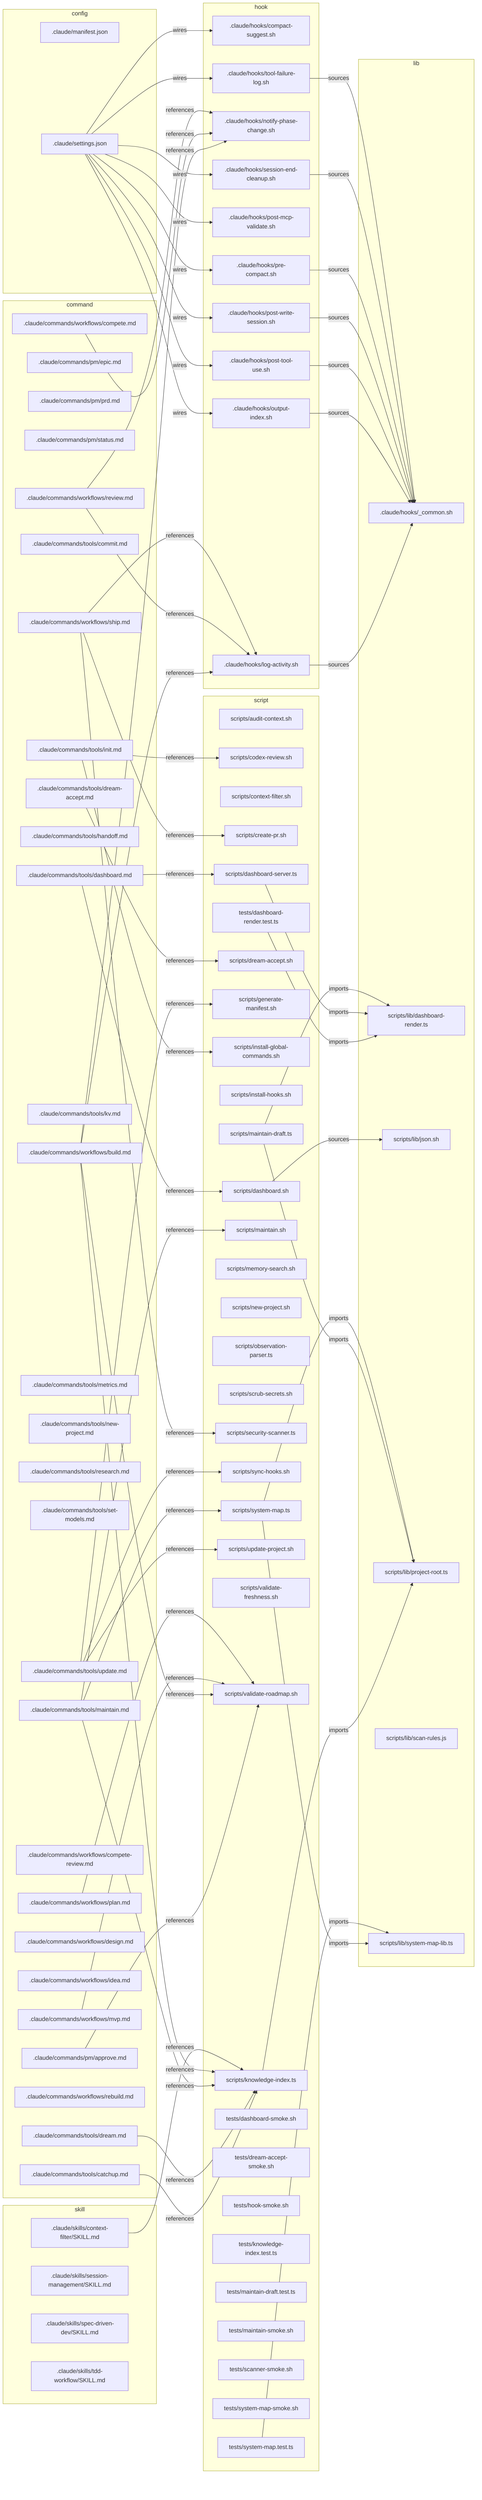
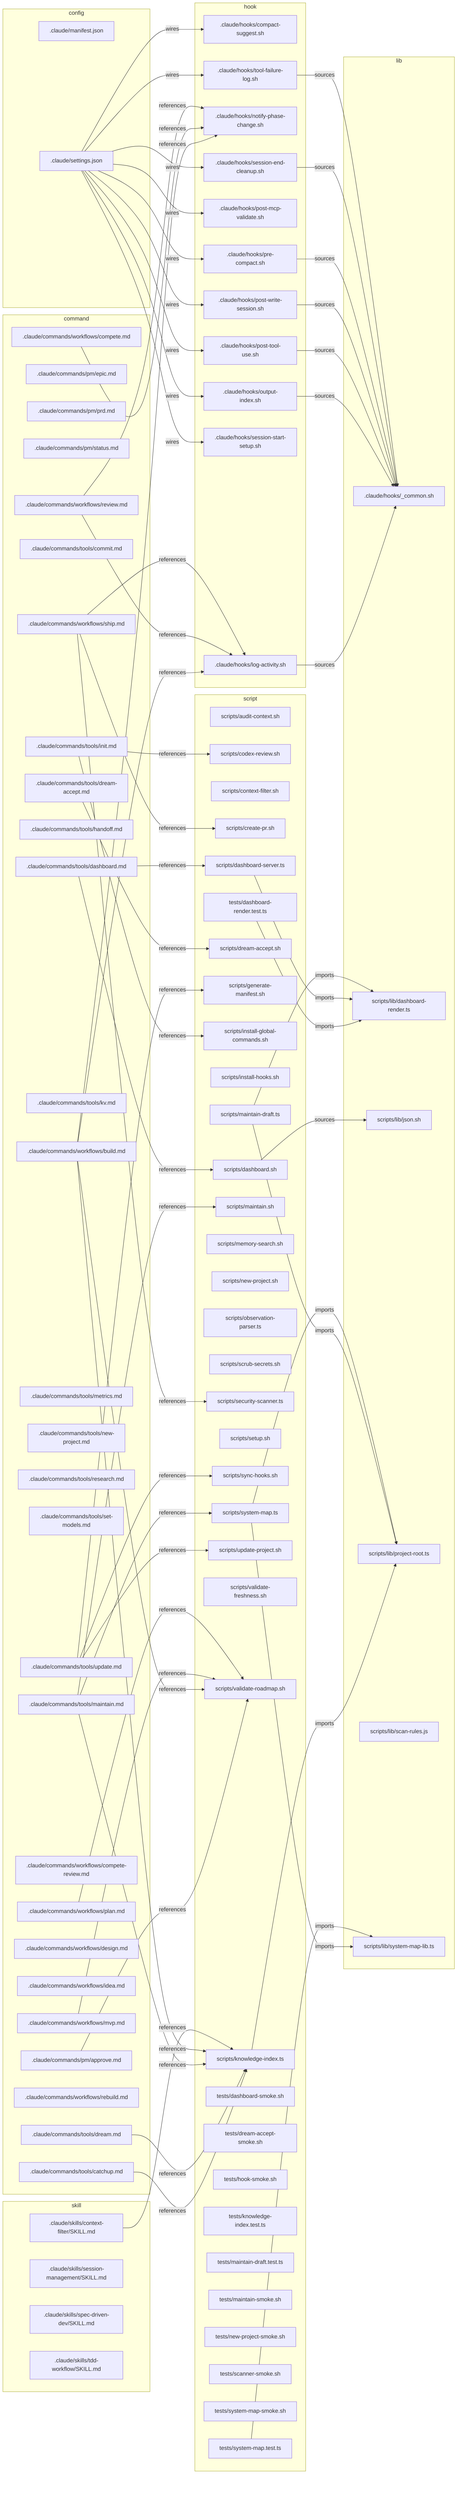
flowchart LR
  subgraph command
    c_pm_approve[".claude/commands/pm/approve.md"]
    c_pm_epic[".claude/commands/pm/epic.md"]
    c_pm_prd[".claude/commands/pm/prd.md"]
    c_pm_status[".claude/commands/pm/status.md"]
    c_tools_catchup[".claude/commands/tools/catchup.md"]
    c_tools_commit[".claude/commands/tools/commit.md"]
    c_tools_dashboard[".claude/commands/tools/dashboard.md"]
    c_tools_dream_accept[".claude/commands/tools/dream-accept.md"]
    c_tools_dream[".claude/commands/tools/dream.md"]
    c_tools_handoff[".claude/commands/tools/handoff.md"]
    c_tools_init[".claude/commands/tools/init.md"]
    c_tools_kv[".claude/commands/tools/kv.md"]
    c_tools_maintain[".claude/commands/tools/maintain.md"]
    c_tools_metrics[".claude/commands/tools/metrics.md"]
    c_tools_new_project[".claude/commands/tools/new-project.md"]
    c_tools_research[".claude/commands/tools/research.md"]
    c_tools_set_models[".claude/commands/tools/set-models.md"]
    c_tools_update[".claude/commands/tools/update.md"]
    c_workflows_build[".claude/commands/workflows/build.md"]
    c_workflows_compete_review[".claude/commands/workflows/compete-review.md"]
    c_workflows_compete[".claude/commands/workflows/compete.md"]
    c_workflows_design[".claude/commands/workflows/design.md"]
    c_workflows_idea[".claude/commands/workflows/idea.md"]
    c_workflows_mvp[".claude/commands/workflows/mvp.md"]
    c_workflows_plan[".claude/commands/workflows/plan.md"]
    c_workflows_rebuild[".claude/commands/workflows/rebuild.md"]
    c_workflows_review[".claude/commands/workflows/review.md"]
    c_workflows_ship[".claude/commands/workflows/ship.md"]
  end
  subgraph config
    cfg_manifest[".claude/manifest.json"]
    cfg_settings[".claude/settings.json"]
  end
  subgraph hook
    h_compact_suggest[".claude/hooks/compact-suggest.sh"]
    h_log_activity[".claude/hooks/log-activity.sh"]
    h_notify_phase_change[".claude/hooks/notify-phase-change.sh"]
    h_output_index[".claude/hooks/output-index.sh"]
    h_post_mcp_validate[".claude/hooks/post-mcp-validate.sh"]
    h_post_tool_use[".claude/hooks/post-tool-use.sh"]
    h_post_write_session[".claude/hooks/post-write-session.sh"]
    h_pre_compact[".claude/hooks/pre-compact.sh"]
    h_session_end_cleanup[".claude/hooks/session-end-cleanup.sh"]
+     h_session_start_setup[".claude/hooks/session-start-setup.sh"]
    h_tool_failure_log[".claude/hooks/tool-failure-log.sh"]
  end
  subgraph lib
    l_common[".claude/hooks/_common.sh"]
    l_dashboard_render["scripts/lib/dashboard-render.ts"]
    l_json["scripts/lib/json.sh"]
    l_project_root["scripts/lib/project-root.ts"]
    l_scan_rules["scripts/lib/scan-rules.js"]
    l_system_map_lib["scripts/lib/system-map-lib.ts"]
  end
  subgraph script
    s_audit_context["scripts/audit-context.sh"]
    s_codex_review["scripts/codex-review.sh"]
    s_context_filter["scripts/context-filter.sh"]
    s_create_pr["scripts/create-pr.sh"]
    s_dashboard_server["scripts/dashboard-server.ts"]
    s_dashboard["scripts/dashboard.sh"]
    s_dream_accept["scripts/dream-accept.sh"]
    s_generate_manifest["scripts/generate-manifest.sh"]
    s_install_global_commands["scripts/install-global-commands.sh"]
    s_install_hooks["scripts/install-hooks.sh"]
    s_knowledge_index["scripts/knowledge-index.ts"]
    s_maintain_draft["scripts/maintain-draft.ts"]
    s_maintain["scripts/maintain.sh"]
    s_memory_search["scripts/memory-search.sh"]
    s_new_project["scripts/new-project.sh"]
    s_observation_parser["scripts/observation-parser.ts"]
    s_scrub_secrets["scripts/scrub-secrets.sh"]
    s_security_scanner["scripts/security-scanner.ts"]
+     s_setup["scripts/setup.sh"]
    s_sync_hooks["scripts/sync-hooks.sh"]
    s_system_map["scripts/system-map.ts"]
    s_update_project["scripts/update-project.sh"]
    s_validate_freshness["scripts/validate-freshness.sh"]
    s_validate_roadmap["scripts/validate-roadmap.sh"]
    s_dashboard_render_test["tests/dashboard-render.test.ts"]
    s_dashboard_smoke["tests/dashboard-smoke.sh"]
    s_dream_accept_smoke["tests/dream-accept-smoke.sh"]
    s_hook_smoke["tests/hook-smoke.sh"]
    s_knowledge_index_test["tests/knowledge-index.test.ts"]
    s_maintain_draft_test["tests/maintain-draft.test.ts"]
    s_maintain_smoke["tests/maintain-smoke.sh"]
+     s_new_project_smoke["tests/new-project-smoke.sh"]
    s_scanner_smoke["tests/scanner-smoke.sh"]
    s_system_map_smoke["tests/system-map-smoke.sh"]
    s_system_map_test["tests/system-map.test.ts"]
  end
  subgraph skill
    sk_context_filter_skill[".claude/skills/context-filter/SKILL.md"]
    sk_session_management_skill[".claude/skills/session-management/SKILL.md"]
    sk_spec_driven_dev_skill[".claude/skills/spec-driven-dev/SKILL.md"]
    sk_tdd_workflow_skill[".claude/skills/tdd-workflow/SKILL.md"]
  end
  c_pm_approve -->|references| s_validate_roadmap
  c_tools_catchup -->|references| s_knowledge_index
  c_tools_dashboard -->|references| s_dashboard
  c_tools_dashboard -->|references| s_dashboard_server
  c_tools_dream -->|references| s_knowledge_index
  c_tools_dream_accept -->|references| s_dream_accept
  c_tools_init -->|references| s_codex_review
  c_tools_init -->|references| s_install_global_commands
  c_tools_maintain -->|references| s_knowledge_index
  c_tools_maintain -->|references| s_maintain
  c_tools_maintain -->|references| s_system_map
  c_tools_update -->|references| s_generate_manifest
  c_tools_update -->|references| s_sync_hooks
  c_tools_update -->|references| s_update_project
  c_workflows_build -->|references| h_log_activity
  c_workflows_build -->|references| h_notify_phase_change
  c_workflows_build -->|references| s_knowledge_index
  c_workflows_build -->|references| s_validate_roadmap
  c_workflows_compete -->|references| h_notify_phase_change
  c_workflows_mvp -->|references| s_validate_roadmap
  c_workflows_plan -->|references| s_validate_roadmap
  c_workflows_review -->|references| h_log_activity
  c_workflows_review -->|references| h_notify_phase_change
  c_workflows_ship -->|references| h_log_activity
  c_workflows_ship -->|references| s_create_pr
  c_workflows_ship -->|references| s_security_scanner
  cfg_settings -->|wires| h_compact_suggest
  cfg_settings -->|wires| h_output_index
  cfg_settings -->|wires| h_post_mcp_validate
  cfg_settings -->|wires| h_post_tool_use
  cfg_settings -->|wires| h_post_write_session
  cfg_settings -->|wires| h_pre_compact
  cfg_settings -->|wires| h_session_end_cleanup
+   cfg_settings -->|wires| h_session_start_setup
  cfg_settings -->|wires| h_tool_failure_log
  h_log_activity -->|sources| l_common
  h_output_index -->|sources| l_common
  h_post_tool_use -->|sources| l_common
  h_post_write_session -->|sources| l_common
  h_pre_compact -->|sources| l_common
  h_session_end_cleanup -->|sources| l_common
  h_tool_failure_log -->|sources| l_common
  s_dashboard -->|sources| l_json
  s_dashboard_render_test -->|imports| l_dashboard_render
  s_dashboard_server -->|imports| l_dashboard_render
  s_knowledge_index -->|imports| l_project_root
  s_maintain_draft -->|imports| l_dashboard_render
  s_maintain_draft -->|imports| l_project_root
  s_system_map -->|imports| l_project_root
  s_system_map -->|imports| l_system_map_lib
  s_system_map_test -->|imports| l_system_map_lib
  sk_context_filter_skill -->|references| s_knowledge_index
